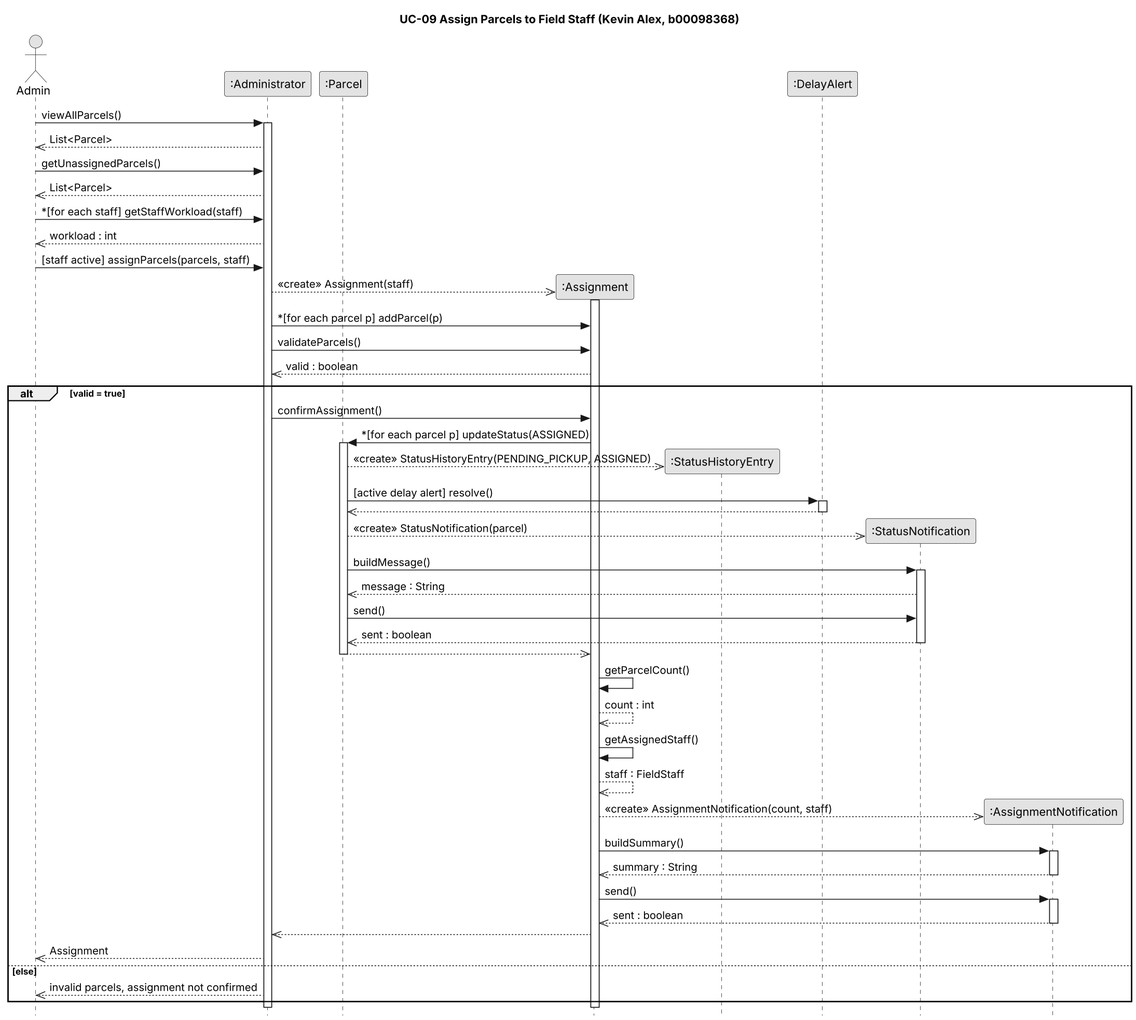
This is Project/Behavioral_Modeling/Sequence_Diagrams/SD_UC-09_Assign_Parcels_to_Field_Staff.png from COE420-Team10-F26/Courier_parcel_tracking_system, a PlantUML export, as it was before one commit.
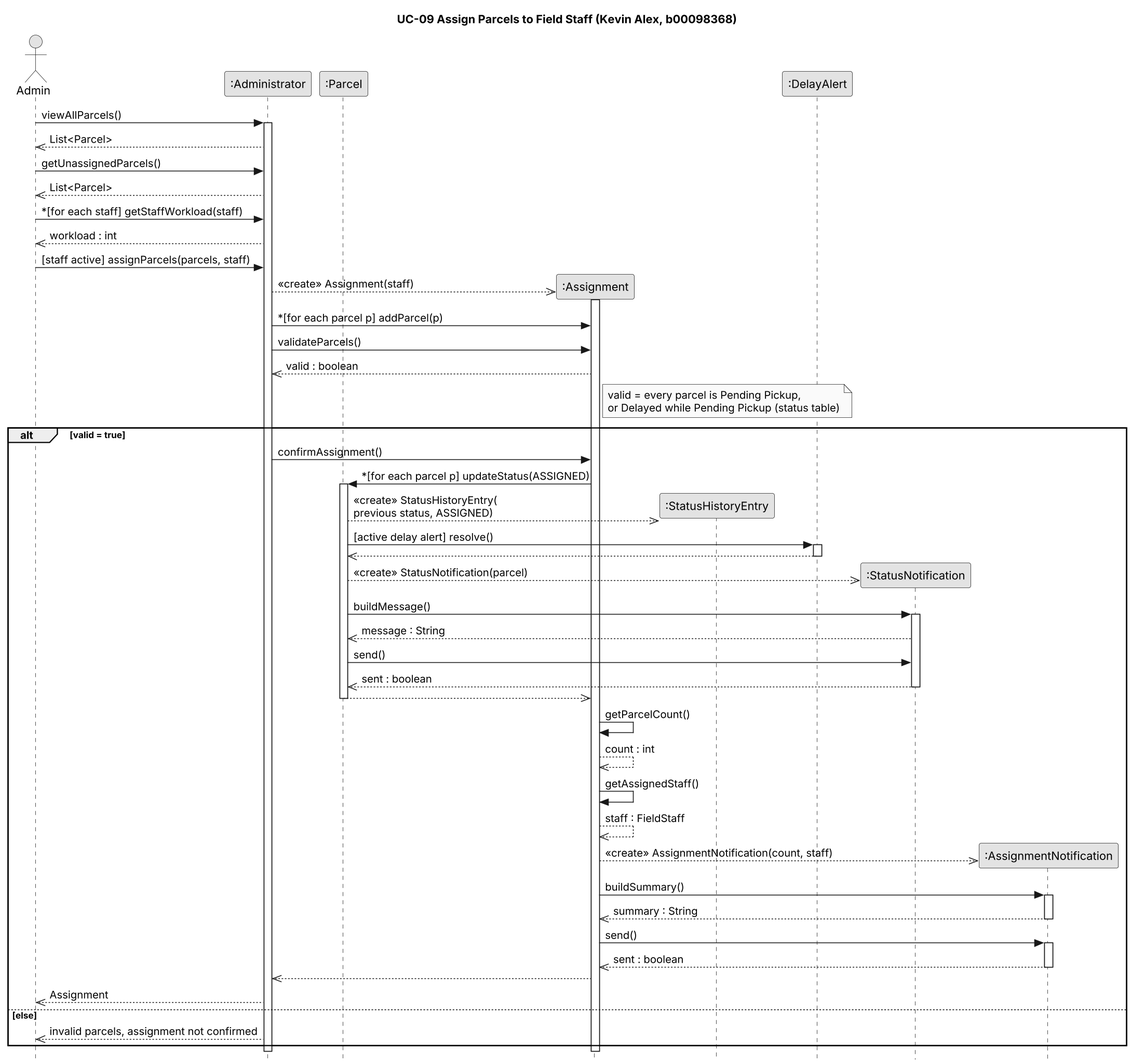
The same file after the commit.

Commit message:
Lab 7 prep: revise Labs 3/4/6 for Delayed status rule (R1-R5), add Selected_Workflows.md and AD_Review.md skeletons

What changed in the source:
```diff
@@ -36,6 +36,10 @@
 
 A -> As : validateParcels()
 As -->> A : valid : boolean
+note right of As
+valid = every parcel is Pending Pickup,
+or Delayed while Pending Pickup (status table)
+end note
 
 alt valid = true
 A -> As : confirmAssignment()
@@ -44,7 +48,7 @@
 activate P
 
 create H
-P -->> H : <<create>> StatusHistoryEntry(PENDING_PICKUP, ASSIGNED)
+P -->> H : <<create>> StatusHistoryEntry(\nprevious status, ASSIGNED)
 
 P -> D : [active delay alert] resolve()
 activate D
```
